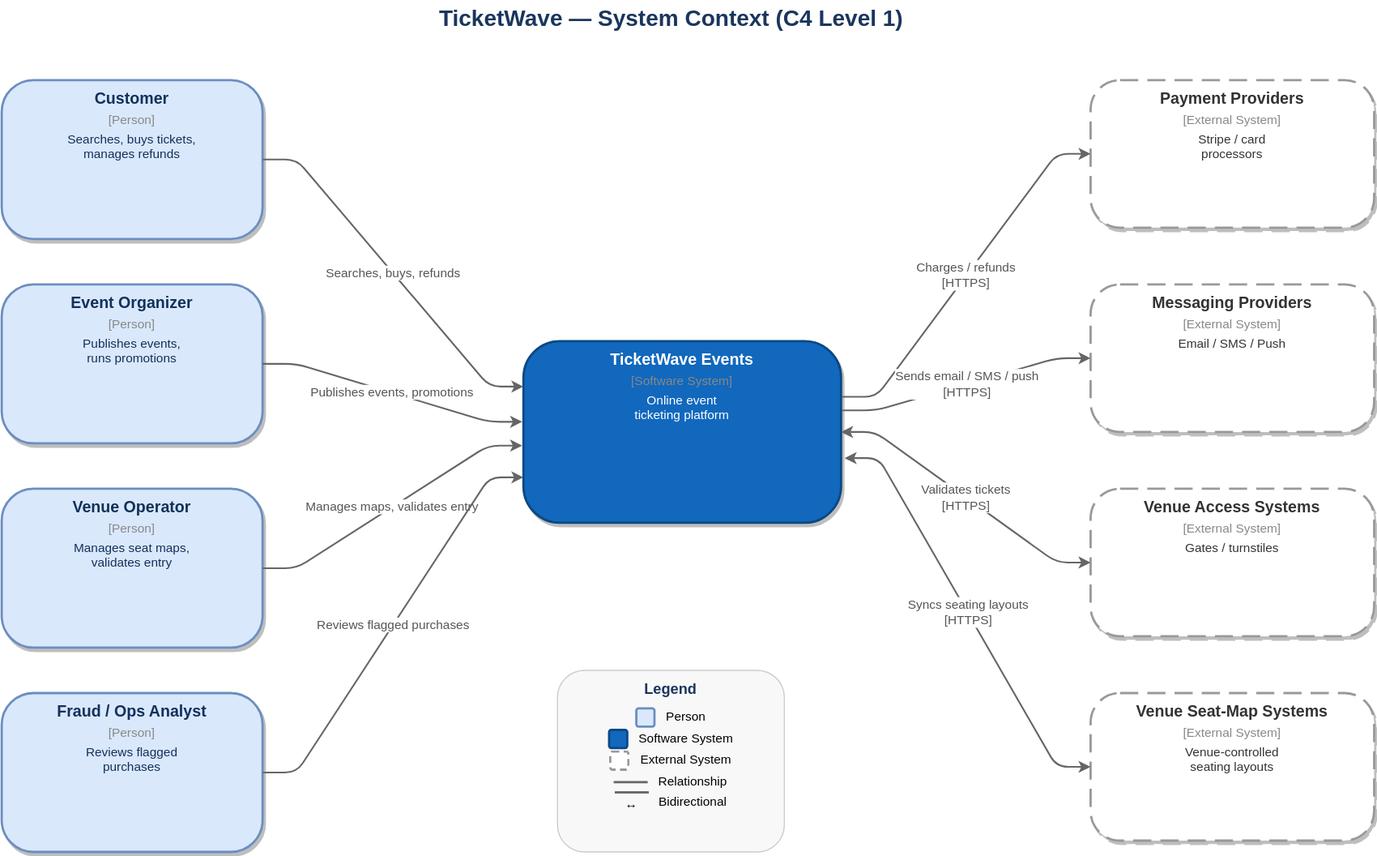
Earlier version of the draw.io export diagrams/c4model/ticketwave-c1-context.drawio.svg (Juanchoque1206/soe-TicketWave). Source tidied: cells renumbered, new cells last; positions are measured from the earlier drawing's top-left corner, leaving out a move shared by most shapes.
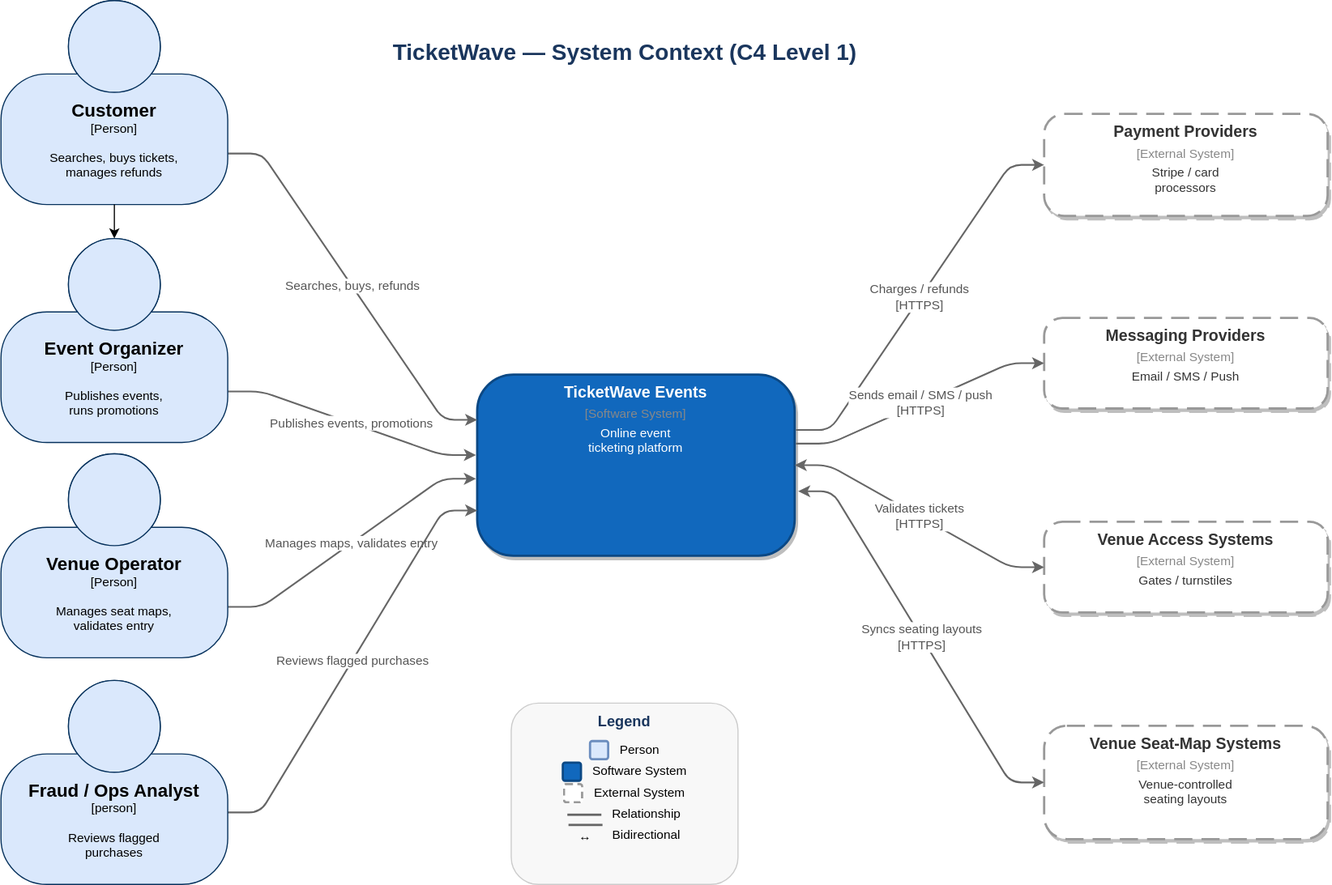
The same file after the commit.

The edit, as a diff of the source:
```diff
@@ -5,43 +5,31 @@
     <mxCell id="2" value="TicketWave — System Context (C4 Level 1)" style="text;html=1;fontSize=20;fontStyle=1;align=center;verticalAlign=middle;fillColor=none;strokeColor=none;fontColor=#1a365d;" parent="1" vertex="1">
       <mxGeometry x="240" width="700" height="30" as="geometry" />
     </mxCell>
-    <mxCell id="3" value="&lt;div style=&quot;text-align:center;padding:8px;&quot;&gt;&lt;div style=&quot;font-size:14px;font-weight:bold;color:#12315a;margin-bottom:4px;&quot;&gt;Customer&lt;/div&gt;&lt;div style=&quot;font-size:11px;color:#888;margin-bottom:4px;&quot;&gt;[Person]&lt;/div&gt;&lt;div style=&quot;font-size:11px;color:#12315a;&quot;&gt;Searches, buys tickets,&lt;br/&gt;manages refunds&lt;/div&gt;&lt;/div&gt;" style="rounded=1;whiteSpace=wrap;html=1;overflow=fill;fillColor=#dae8fc;strokeColor=#6c8ebf;strokeWidth=2;fontSize=12;verticalAlign=top;shadow=1;arcSize=20;" parent="1" vertex="1">
-      <mxGeometry y="70" width="230" height="140" as="geometry" />
-    </mxCell>
-    <mxCell id="4" value="&lt;div style=&quot;text-align:center;padding:8px;&quot;&gt;&lt;div style=&quot;font-size:14px;font-weight:bold;color:#12315a;margin-bottom:4px;&quot;&gt;Event Organizer&lt;/div&gt;&lt;div style=&quot;font-size:11px;color:#888;margin-bottom:4px;&quot;&gt;[Person]&lt;/div&gt;&lt;div style=&quot;font-size:11px;color:#12315a;&quot;&gt;Publishes events,&lt;br/&gt;runs promotions&lt;/div&gt;&lt;/div&gt;" style="rounded=1;whiteSpace=wrap;html=1;overflow=fill;fillColor=#dae8fc;strokeColor=#6c8ebf;strokeWidth=2;fontSize=12;verticalAlign=top;shadow=1;arcSize=20;" parent="1" vertex="1">
-      <mxGeometry y="250" width="230" height="140" as="geometry" />
-    </mxCell>
-    <mxCell id="5" value="&lt;div style=&quot;text-align:center;padding:8px;&quot;&gt;&lt;div style=&quot;font-size:14px;font-weight:bold;color:#12315a;margin-bottom:4px;&quot;&gt;Venue Operator&lt;/div&gt;&lt;div style=&quot;font-size:11px;color:#888;margin-bottom:4px;&quot;&gt;[Person]&lt;/div&gt;&lt;div style=&quot;font-size:11px;color:#12315a;&quot;&gt;Manages seat maps,&lt;br/&gt;validates entry&lt;/div&gt;&lt;/div&gt;" style="rounded=1;whiteSpace=wrap;html=1;overflow=fill;fillColor=#dae8fc;strokeColor=#6c8ebf;strokeWidth=2;fontSize=12;verticalAlign=top;shadow=1;arcSize=20;" parent="1" vertex="1">
-      <mxGeometry y="430" width="230" height="140" as="geometry" />
-    </mxCell>
-    <mxCell id="6" value="&lt;div style=&quot;text-align:center;padding:8px;&quot;&gt;&lt;div style=&quot;font-size:14px;font-weight:bold;color:#12315a;margin-bottom:4px;&quot;&gt;Fraud / Ops Analyst&lt;/div&gt;&lt;div style=&quot;font-size:11px;color:#888;margin-bottom:4px;&quot;&gt;[Person]&lt;/div&gt;&lt;div style=&quot;font-size:11px;color:#12315a;&quot;&gt;Reviews flagged&lt;br/&gt;purchases&lt;/div&gt;&lt;/div&gt;" style="rounded=1;whiteSpace=wrap;html=1;overflow=fill;fillColor=#dae8fc;strokeColor=#6c8ebf;strokeWidth=2;fontSize=12;verticalAlign=top;shadow=1;arcSize=20;" parent="1" vertex="1">
-      <mxGeometry y="610" width="230" height="140" as="geometry" />
-    </mxCell>
     <mxCell id="7" value="&lt;div style=&quot;text-align:center;padding:8px;&quot;&gt;&lt;div style=&quot;font-size:14px;font-weight:bold;color:#ffffff;margin-bottom:4px;&quot;&gt;TicketWave Events&lt;/div&gt;&lt;div style=&quot;font-size:11px;color:#888;margin-bottom:4px;&quot;&gt;[Software System]&lt;/div&gt;&lt;div style=&quot;font-size:11px;color:#ffffff;&quot;&gt;Online event&lt;br/&gt;ticketing platform&lt;/div&gt;&lt;/div&gt;" style="rounded=1;whiteSpace=wrap;html=1;overflow=fill;fillColor=#1168bd;strokeColor=#0b4884;strokeWidth=2;fontSize=12;verticalAlign=top;shadow=1;arcSize=20;fontColor=#ffffff;" parent="1" vertex="1">
       <mxGeometry x="460" y="300" width="280" height="160" as="geometry" />
     </mxCell>
     <mxCell id="8" value="&lt;div style=&quot;text-align:center;padding:8px;&quot;&gt;&lt;div style=&quot;font-size:14px;font-weight:bold;color:#333333;margin-bottom:4px;&quot;&gt;Payment Providers&lt;/div&gt;&lt;div style=&quot;font-size:11px;color:#888;margin-bottom:4px;&quot;&gt;[External System]&lt;/div&gt;&lt;div style=&quot;font-size:11px;color:#333333;&quot;&gt;Stripe / card&lt;br/&gt;processors&lt;/div&gt;&lt;/div&gt;" style="rounded=1;whiteSpace=wrap;html=1;overflow=fill;fillColor=#ffffff;strokeColor=#999999;strokeWidth=2;fontSize=12;verticalAlign=top;shadow=1;arcSize=20;dashed=1;dashPattern=8 4;" parent="1" vertex="1">
-      <mxGeometry x="960" y="70" width="250" height="130" as="geometry" />
+      <mxGeometry x="960" y="70" width="250" height="90" as="geometry" />
     </mxCell>
     <mxCell id="9" value="&lt;div style=&quot;text-align:center;padding:8px;&quot;&gt;&lt;div style=&quot;font-size:14px;font-weight:bold;color:#333333;margin-bottom:4px;&quot;&gt;Messaging Providers&lt;/div&gt;&lt;div style=&quot;font-size:11px;color:#888;margin-bottom:4px;&quot;&gt;[External System]&lt;/div&gt;&lt;div style=&quot;font-size:11px;color:#333333;&quot;&gt;Email / SMS / Push&lt;/div&gt;&lt;/div&gt;" style="rounded=1;whiteSpace=wrap;html=1;overflow=fill;fillColor=#ffffff;strokeColor=#999999;strokeWidth=2;fontSize=12;verticalAlign=top;shadow=1;arcSize=20;dashed=1;dashPattern=8 4;" parent="1" vertex="1">
-      <mxGeometry x="960" y="250" width="250" height="130" as="geometry" />
+      <mxGeometry x="960" y="250" width="250" height="80" as="geometry" />
     </mxCell>
     <mxCell id="10" value="&lt;div style=&quot;text-align:center;padding:8px;&quot;&gt;&lt;div style=&quot;font-size:14px;font-weight:bold;color:#333333;margin-bottom:4px;&quot;&gt;Venue Access Systems&lt;/div&gt;&lt;div style=&quot;font-size:11px;color:#888;margin-bottom:4px;&quot;&gt;[External System]&lt;/div&gt;&lt;div style=&quot;font-size:11px;color:#333333;&quot;&gt;Gates / turnstiles&lt;/div&gt;&lt;/div&gt;" style="rounded=1;whiteSpace=wrap;html=1;overflow=fill;fillColor=#ffffff;strokeColor=#999999;strokeWidth=2;fontSize=12;verticalAlign=top;shadow=1;arcSize=20;dashed=1;dashPattern=8 4;" parent="1" vertex="1">
-      <mxGeometry x="960" y="430" width="250" height="130" as="geometry" />
+      <mxGeometry x="960" y="430" width="250" height="80" as="geometry" />
     </mxCell>
     <mxCell id="11" value="&lt;div style=&quot;text-align:center;padding:8px;&quot;&gt;&lt;div style=&quot;font-size:14px;font-weight:bold;color:#333333;margin-bottom:4px;&quot;&gt;Venue Seat-Map Systems&lt;/div&gt;&lt;div style=&quot;font-size:11px;color:#888;margin-bottom:4px;&quot;&gt;[External System]&lt;/div&gt;&lt;div style=&quot;font-size:11px;color:#333333;&quot;&gt;Venue-controlled&lt;br/&gt;seating layouts&lt;/div&gt;&lt;/div&gt;" style="rounded=1;whiteSpace=wrap;html=1;overflow=fill;fillColor=#ffffff;strokeColor=#999999;strokeWidth=2;fontSize=12;verticalAlign=top;shadow=1;arcSize=20;dashed=1;dashPattern=8 4;" parent="1" vertex="1">
-      <mxGeometry x="960" y="610" width="250" height="130" as="geometry" />
+      <mxGeometry x="960" y="610" width="250" height="100" as="geometry" />
     </mxCell>
-    <mxCell id="12" value="Searches, buys, refunds" style="edgeStyle=entityRelationEdgeStyle;rounded=1;jettySize=auto;html=1;strokeColor=#666666;strokeWidth=1.5;fontSize=11;fontColor=#555555;entryX=0;entryY=0.25;entryDx=0;entryDy=0;exitX=1;exitY=0.5;exitDx=0;exitDy=0;" parent="1" edge="1" source="3" target="7">
+    <mxCell id="12" value="Searches, buys, refunds" style="edgeStyle=entityRelationEdgeStyle;rounded=1;jettySize=auto;html=1;strokeColor=#666666;strokeWidth=1.5;fontSize=11;fontColor=#555555;entryX=0;entryY=0.25;entryDx=0;entryDy=0;exitX=1;exitY=0.75;exitDx=0;exitDy=0;exitPerimeter=0;" parent="1" edge="1" source="24" target="7">
       <mxGeometry relative="1" as="geometry" />
     </mxCell>
-    <mxCell id="13" value="Publishes events, promotions" style="edgeStyle=entityRelationEdgeStyle;rounded=1;jettySize=auto;html=1;strokeColor=#666666;strokeWidth=1.5;fontSize=11;fontColor=#555555;entryX=-0.004;entryY=0.444;entryDx=0;entryDy=0;exitX=1;exitY=0.5;exitDx=0;exitDy=0;entryPerimeter=0;" parent="1" edge="1" source="4" target="7">
+    <mxCell id="13" value="Publishes events, promotions" style="edgeStyle=entityRelationEdgeStyle;rounded=1;jettySize=auto;html=1;strokeColor=#666666;strokeWidth=1.5;fontSize=11;fontColor=#555555;entryX=-0.004;entryY=0.444;entryDx=0;entryDy=0;exitX=1;exitY=0.75;exitDx=0;exitDy=0;entryPerimeter=0;exitPerimeter=0;" parent="1" edge="1" source="23" target="7">
       <mxGeometry relative="1" as="geometry" />
     </mxCell>
-    <mxCell id="14" value="Manages maps, validates entry" style="edgeStyle=entityRelationEdgeStyle;rounded=1;jettySize=auto;html=1;strokeColor=#666666;strokeWidth=1.5;fontSize=11;fontColor=#555555;entryX=-0.004;entryY=0.575;entryDx=0;entryDy=0;exitX=1;exitY=0.5;exitDx=0;exitDy=0;entryPerimeter=0;" parent="1" edge="1" source="5" target="7">
+    <mxCell id="14" value="Manages maps, validates entry" style="edgeStyle=entityRelationEdgeStyle;rounded=1;jettySize=auto;html=1;strokeColor=#666666;strokeWidth=1.5;fontSize=11;fontColor=#555555;entryX=-0.004;entryY=0.575;entryDx=0;entryDy=0;exitX=1;exitY=0.75;exitDx=0;exitDy=0;entryPerimeter=0;exitPerimeter=0;" parent="1" edge="1" source="22" target="7">
       <mxGeometry relative="1" as="geometry" />
     </mxCell>
-    <mxCell id="15" value="Reviews flagged purchases" style="edgeStyle=entityRelationEdgeStyle;rounded=1;jettySize=auto;html=1;strokeColor=#666666;strokeWidth=1.5;fontSize=11;fontColor=#555555;entryX=0;entryY=0.75;entryDx=0;entryDy=0;exitX=1;exitY=0.5;exitDx=0;exitDy=0;" parent="1" edge="1" source="6" target="7">
+    <mxCell id="15" value="Reviews flagged purchases" style="edgeStyle=entityRelationEdgeStyle;rounded=1;jettySize=auto;html=1;strokeColor=#666666;strokeWidth=1.5;fontSize=11;fontColor=#555555;entryX=0;entryY=0.75;entryDx=0;entryDy=0;exitX=0.994;exitY=0.647;exitDx=0;exitDy=0;exitPerimeter=0;" parent="1" edge="1" source="21" target="7">
       <mxGeometry relative="1" as="geometry" />
     </mxCell>
     <mxCell id="16" value="Charges / refunds&#10;[HTTPS]" style="edgeStyle=entityRelationEdgeStyle;rounded=1;jettySize=auto;html=1;strokeColor=#666666;strokeWidth=1.5;fontSize=11;fontColor=#555555;entryX=0;entryY=0.5;entryDx=0;entryDy=0;exitX=1.004;exitY=0.306;exitDx=0;exitDy=0;exitPerimeter=0;" parent="1" edge="1" source="7" target="8">
@@ -59,5 +47,28 @@
     <mxCell id="20" value="&lt;div style=&quot;padding:8px 12px;font-size:11px;line-height:18px;&quot;&gt;&lt;div style=&quot;font-size:13px;font-weight:bold;color:#1a365d;margin-bottom:6px;&quot;&gt;Legend&lt;/div&gt;&lt;span style=&quot;display:inline-block;width:14px;height:14px;background:#dae8fc;border:2px solid #6c8ebf;border-radius:3px;vertical-align:middle;margin-right:6px;&quot;&gt;&lt;/span&gt; Person&lt;br/&gt;&lt;span style=&quot;display:inline-block;width:14px;height:14px;background:#1168bd;border:2px solid #0b4884;border-radius:3px;vertical-align:middle;margin-right:6px;&quot;&gt;&lt;/span&gt; Software System&lt;br/&gt;&lt;span style=&quot;display:inline-block;width:14px;height:14px;background:#ffffff;border:2px dashed #999;border-radius:3px;vertical-align:middle;margin-right:6px;&quot;&gt;&lt;/span&gt; External System&lt;br/&gt;&lt;span style=&quot;display:inline-block;width:30px;border-top:2px solid #666;vertical-align:middle;margin-right:6px;&quot;&gt; &lt;/span&gt; Relationship&lt;br/&gt;&lt;span style=&quot;display:inline-block;width:30px;border-top:2px solid #666;vertical-align:middle;margin-right:6px;&quot;&gt;&amp;#x2194;&lt;/span&gt; Bidirectional&lt;br/&gt;&lt;/div&gt;" style="rounded=1;whiteSpace=wrap;html=1;overflow=fill;fillColor=#f8f8f8;strokeColor=#cccccc;strokeWidth=1;fontSize=11;verticalAlign=top;shadow=0;" parent="1" vertex="1">
       <mxGeometry x="490" y="590" width="200" height="160" as="geometry" />
     </mxCell>
+    <object id="21" label="&lt;font style=&quot;font-size: 16px&quot;&gt;&lt;b&gt;%c4Name%&lt;/b&gt;&lt;/font&gt;&lt;div&gt;[%c4Type%]&lt;/div&gt;&lt;br&gt;&lt;div&gt;&lt;font style=&quot;font-size: 11px&quot;&gt;&lt;font&gt;%c4Description%&lt;/font&gt;&lt;/font&gt;&lt;/div&gt;" c4Description="Reviews flagged&#10;purchases" c4Name="Fraud / Ops Analyst" c4Type="person" placeholders="1">
+      <mxCell style="html=1;fontSize=11;dashed=0;whiteSpace=wrap;fillColor=#DAE8FC;strokeColor=#06315C;fontColor=#000000;shape=mxgraph.c4.person2;align=center;points=[[0.5,0,0],[1,0.5,0],[1,0.75,0],[0.75,1,0],[0.5,1,0],[0.25,1,0],[0,0.75,0],[0,0.5,0]];" parent="1" vertex="1">
+        <mxGeometry x="40" y="570" width="200" height="180" as="geometry" />
+      </mxCell>
+    </object>
+    <object id="22" label="&lt;font style=&quot;font-size: 16px&quot;&gt;&lt;b&gt;%c4Name%&lt;/b&gt;&lt;/font&gt;&lt;div&gt;[%c4Type%]&lt;/div&gt;&lt;br&gt;&lt;div&gt;&lt;font style=&quot;font-size: 11px&quot;&gt;&lt;font&gt;%c4Description%&lt;/font&gt;&lt;/font&gt;&lt;/div&gt;" c4Description="Manages seat maps,&#10;validates entry" c4Name="Venue Operator" c4Type="Person" placeholders="1">
+      <mxCell style="html=1;fontSize=11;dashed=0;whiteSpace=wrap;fillColor=#DAE8FC;strokeColor=#06315C;fontColor=#000000;shape=mxgraph.c4.person2;align=center;points=[[0.5,0,0],[1,0.5,0],[1,0.75,0],[0.75,1,0],[0.5,1,0],[0.25,1,0],[0,0.75,0],[0,0.5,0]];" parent="1" vertex="1">
+        <mxGeometry x="40" y="370" width="200" height="180" as="geometry" />
+      </mxCell>
+    </object>
+    <object id="23" label="&lt;font style=&quot;font-size: 16px&quot;&gt;&lt;b&gt;%c4Name%&lt;/b&gt;&lt;/font&gt;&lt;div&gt;[%c4Type%]&lt;/div&gt;&lt;br&gt;&lt;div&gt;&lt;font style=&quot;font-size: 11px&quot;&gt;&lt;font&gt;%c4Description%&lt;/font&gt;&lt;/font&gt;&lt;/div&gt;" c4Description="Publishes events,&#10;runs promotions" c4Name="Event Organizer" c4Type="Person" placeholders="1">
+      <mxCell style="html=1;fontSize=11;dashed=0;whiteSpace=wrap;fillColor=#DAE8FC;strokeColor=#06315C;fontColor=#000000;shape=mxgraph.c4.person2;align=center;points=[[0.5,0,0],[1,0.5,0],[1,0.75,0],[0.75,1,0],[0.5,1,0],[0.25,1,0],[0,0.75,0],[0,0.5,0]];" parent="1" vertex="1">
+        <mxGeometry x="40" y="180" width="200" height="180" as="geometry" />
+      </mxCell>
+    </object>
+    <object id="24" label="&lt;font style=&quot;font-size: 16px&quot;&gt;&lt;b&gt;%c4Name%&lt;/b&gt;&lt;/font&gt;&lt;div&gt;[%c4Type%]&lt;/div&gt;&lt;br&gt;&lt;div&gt;&lt;font style=&quot;font-size: 11px&quot;&gt;&lt;font&gt;%c4Description%&lt;/font&gt;&lt;/font&gt;&lt;/div&gt;" c4Description="Searches, buys tickets,&#10;manages refunds" c4Name="Customer" c4Type="Person" placeholders="1">
+      <mxCell style="html=1;fontSize=11;dashed=0;whiteSpace=wrap;fillColor=#DAE8FC;strokeColor=#06315C;fontColor=#000000;shape=mxgraph.c4.person2;align=center;points=[[0.5,0,0],[1,0.5,0],[1,0.75,0],[0.75,1,0],[0.5,1,0],[0.25,1,0],[0,0.75,0],[0,0.5,0]];" parent="1" vertex="1">
+        <mxGeometry x="40" y="-30" width="200" height="180" as="geometry" />
+      </mxCell>
+    </object>
+    <mxCell id="25" style="endArrow=classic;html=1;rounded=0;entryX=0.5;entryY=0;entryDx=0;entryDy=0;entryPerimeter=0;exitX=0.5;exitY=1;exitDx=0;exitDy=0;exitPerimeter=0;" parent="1" edge="1" source="24" target="23">
+      <mxGeometry relative="1" as="geometry" />
+    </mxCell>
   </root>
 </mxGraphModel>
```
